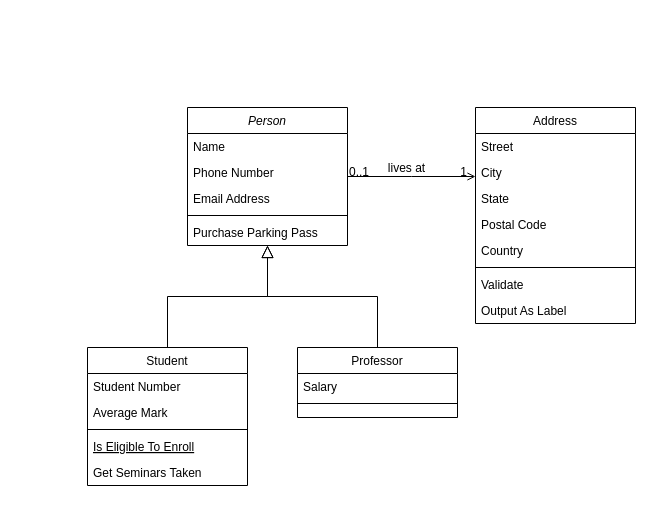
Above: BCTクラス図.drawio in SerialExperimentsNicolain/ArsenalGear (draw.io), before the change. Source tidied: cells renumbered, new cells numbered last; positions are measured from the earlier drawing's top-left corner, leaving out a move shared by most shapes. Both pictures are drawn from the tidied source at 100%, with x=0, y=0 at pixel (87, 107).
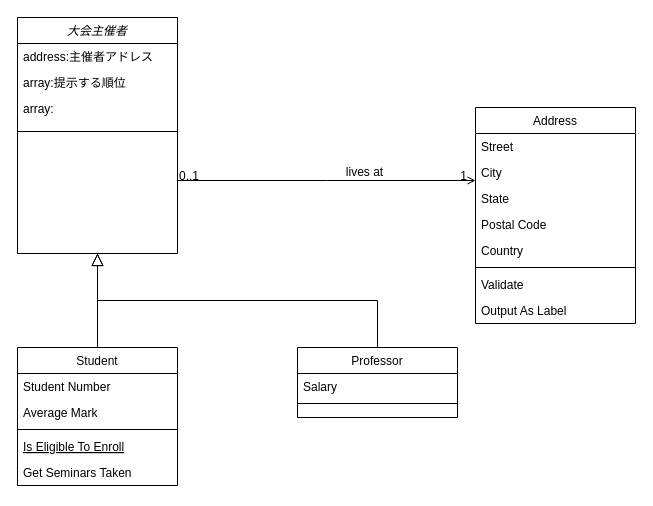
After the change.

Commit message:
BCTクラス図.drawio を更新します

Change to the diagram source:
```diff
@@
-    <mxCell id="2" value="Person" style="swimlane;fontStyle=2;align=center;verticalAlign=top;horizontal=1;startSize=26;rounded=0;shadow=0;strokeWidth=1;" parent="1" vertex="1">
-      <mxGeometry x="100" width="160" height="138" as="geometry" />
+    <mxCell id="2" value="大会主催者" style="swimlane;fontStyle=2;align=center;verticalAlign=top;horizontal=1;startSize=26;rounded=0;shadow=0;strokeWidth=1;" parent="1" vertex="1">
+      <mxGeometry x="-70" y="-90" width="160" height="236" as="geometry" />
     </mxCell>
-    <mxCell id="3" value="Name" style="text;align=left;verticalAlign=top;spacingLeft=4;spacingRight=4;overflow=hidden;" parent="2" vertex="1">
+    <mxCell id="3" value="address:主催者アドレス" style="text;align=left;verticalAlign=top;spacingLeft=4;spacingRight=4;overflow=hidden;" parent="2" vertex="1">
       <mxGeometry y="26" width="160" height="26" as="geometry" />
     </mxCell>
-    <mxCell id="4" value="Phone Number" style="text;align=left;verticalAlign=top;spacingLeft=4;spacingRight=4;overflow=hidden;rounded=0;shadow=0;html=0;" parent="2" vertex="1">
-      <mxGeometry y="52" width="160" height="26" as="geometry" />
-    </mxCell>
-    <mxCell id="5" value="Email Address" style="text;align=left;verticalAlign=top;spacingLeft=4;spacingRight=4;overflow=hidden;rounded=0;shadow=0;html=0;" parent="2" vertex="1">
-      <mxGeometry y="78" width="160" height="26" as="geometry" />
+    <mxCell id="5" value="array:提示する順位" style="text;align=left;verticalAlign=top;spacingLeft=4;spacingRight=4;overflow=hidden;rounded=0;shadow=0;html=0;" parent="2" vertex="1">
+      <mxGeometry y="52" width="160" height="26" as="geometry" />
     </mxCell>
+    <mxCell id="32" value="array:" style="text;align=left;verticalAlign=top;spacingLeft=4;spacingRight=4;overflow=hidden;rounded=0;shadow=0;html=0;" parent="2" vertex="1">
+      <mxGeometry y="78" width="160" height="26" as="geometry" />
+    </mxCell>
     <mxCell id="6" style="line;html=1;strokeWidth=1;align=left;verticalAlign=middle;spacingTop=-1;spacingLeft=3;spacingRight=3;labelPosition=right;" parent="2" vertex="1">
-      <mxGeometry y="104" width="160" height="8" as="geometry" />
+      <mxGeometry y="104" width="160" height="20" as="geometry" />
     </mxCell>
-    <mxCell id="7" value="Purchase Parking Pass" style="text;align=left;verticalAlign=top;spacingLeft=4;spacingRight=4;overflow=hidden;" parent="2" vertex="1">
-      <mxGeometry y="112" width="160" height="26" as="geometry" />
-    </mxCell>
     <mxCell id="8" value="Student" style="swimlane;fontStyle=0;align=center;verticalAlign=top;horizontal=1;startSize=26;rounded=0;shadow=0;strokeWidth=1;" parent="1" vertex="1">
-      <mxGeometry y="240" width="160" height="138" as="geometry" />
+      <mxGeometry x="-70" y="240" width="160" height="138" as="geometry" />
     </mxCell>
```
